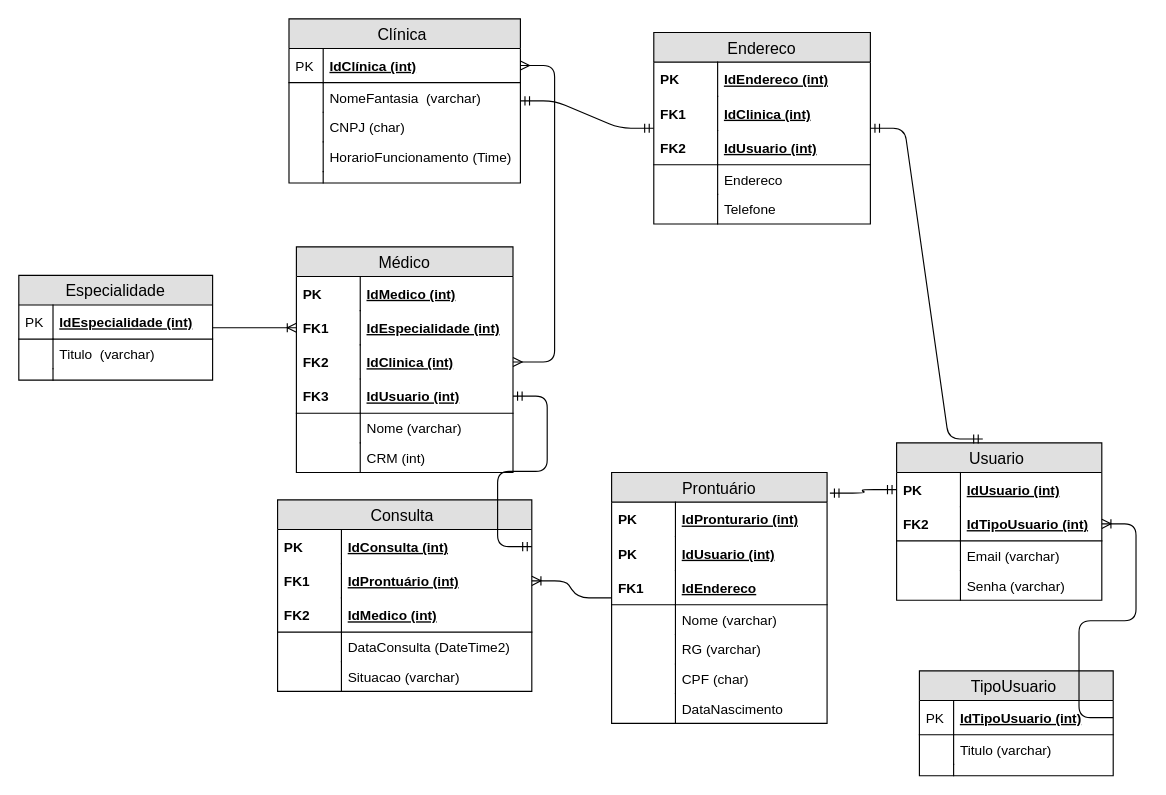
Before: page "LÓGICO" (2 of 2) of Modelos/Modelos.drawio in ErickHenry2023/senai_spmedgroup_sprint1_bd_tarde_Erick_Henry, a draw.io diagram. Source tidied: cells renumbered, new cells numbered last; positions are measured from the earlier drawing's top-left corner, leaving out a move shared by most shapes. Both pictures are drawn from the tidied source at 114%, with x=0, y=0 at pixel (18, 18).
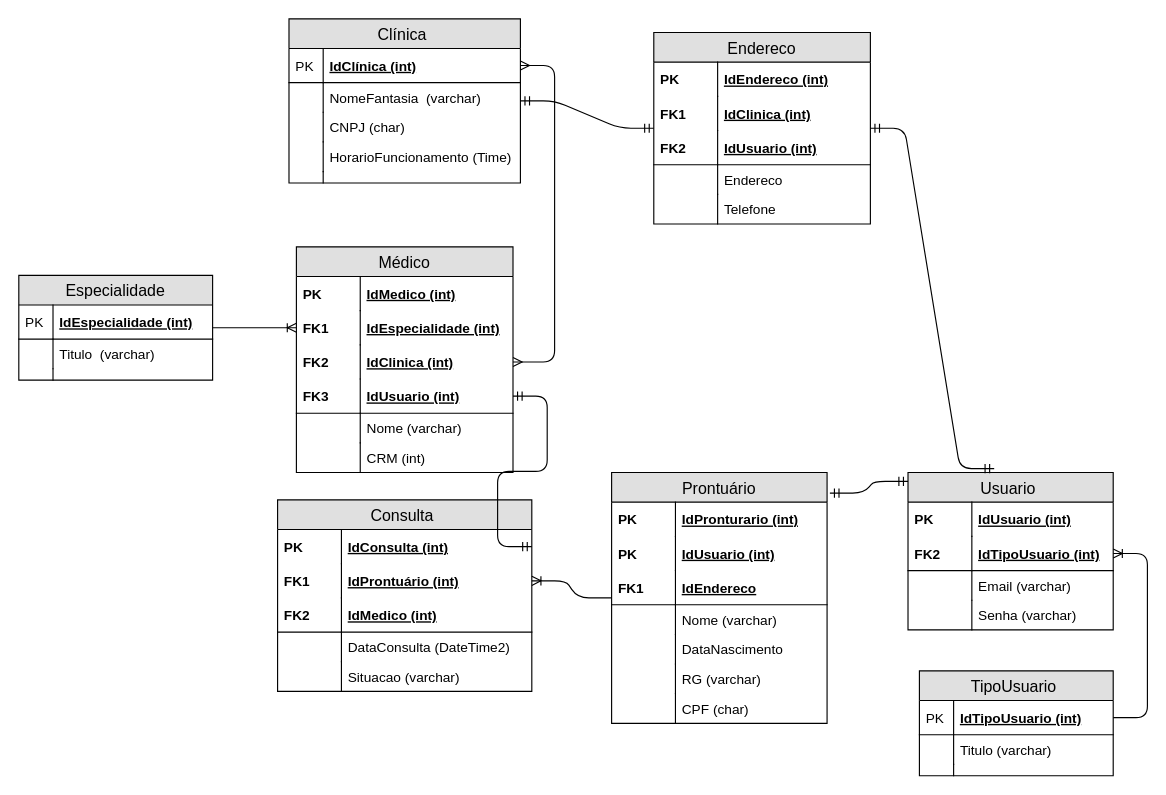
The same page after the edit.

Unchanged cells that the change refers to:
```xml
<mxCell id="21" value="IdUsuario (int)" style="shape=partialRectangle;top=0;left=0;right=0;bottom=0;align=left;verticalAlign=middle;fillColor=none;spacingLeft=60;spacingRight=4;overflow=hidden;points=[[0,0.5],[1,0.5]];portConstraint=eastwest;fontStyle=5;fontSize=12;" parent="20" vertex="1">
  <mxGeometry y="26" width="180" height="30" as="geometry" />
</mxCell>
<mxCell id="36" value="Prontuário" style="swimlane;fontStyle=0;horizontal=1;startSize=26;fillColor=#e0e0e0;swimlaneFillColor=#ffffff;align=center;fontSize=14;" parent="1" vertex="1">
  <mxGeometry x="520" y="398" width="189" height="220" as="geometry" />
</mxCell>
```

Diff of the diagram source:
```diff
@@
     <mxCell id="20" value="Usuario " style="swimlane;fontStyle=0;horizontal=1;startSize=26;fillColor=#e0e0e0;swimlaneFillColor=#ffffff;align=center;fontSize=14;" parent="1" vertex="1">
-      <mxGeometry x="770" y="372" width="180" height="138" as="geometry" />
+      <mxGeometry x="780" y="398" width="180" height="138" as="geometry" />
     </mxCell>
@@
+    <mxCell id="49" value="DataNascimento" style="shape=partialRectangle;top=0;left=0;right=0;bottom=0;align=left;verticalAlign=top;fillColor=none;spacingLeft=60;spacingRight=4;overflow=hidden;fontSize=12;" parent="36" vertex="1">
+      <mxGeometry y="142" width="189" height="26" as="geometry" />
+    </mxCell>
+    <mxCell id="50" style="shape=partialRectangle;top=0;left=0;bottom=0;fillColor=none;align=left;verticalAlign=top;spacingLeft=4;spacingRight=4;overflow=hidden;fontSize=12;" parent="49" vertex="1">
+      <mxGeometry width="56" height="26" as="geometry" />
+    </mxCell>
     <mxCell id="45" value="RG (varchar)" style="shape=partialRectangle;top=0;left=0;right=0;bottom=0;align=left;verticalAlign=top;fillColor=none;spacingLeft=60;spacingRight=4;overflow=hidden;fontSize=12;" parent="36" vertex="1">
-      <mxGeometry y="142" width="189" height="26" as="geometry" />
+      <mxGeometry y="168" width="189" height="26" as="geometry" />
     </mxCell>
@@
     <mxCell id="47" value="CPF (char)" style="shape=partialRectangle;top=0;left=0;right=0;bottom=0;align=left;verticalAlign=top;fillColor=none;spacingLeft=60;spacingRight=4;overflow=hidden;fontSize=12;" parent="36" vertex="1">
-      <mxGeometry y="168" width="189" height="26" as="geometry" />
+      <mxGeometry y="194" width="189" height="26" as="geometry" />
     </mxCell>
@@
-    <mxCell id="49" value="DataNascimento" style="shape=partialRectangle;top=0;left=0;right=0;bottom=0;align=left;verticalAlign=top;fillColor=none;spacingLeft=60;spacingRight=4;overflow=hidden;fontSize=12;" parent="36" vertex="1">
-      <mxGeometry y="194" width="189" height="26" as="geometry" />
-    </mxCell>
-    <mxCell id="50" style="shape=partialRectangle;top=0;left=0;bottom=0;fillColor=none;align=left;verticalAlign=top;spacingLeft=4;spacingRight=4;overflow=hidden;fontSize=12;" parent="49" vertex="1">
-      <mxGeometry width="56" height="26" as="geometry" />
-    </mxCell>
@@
-    <mxCell id="79" style="edgeStyle=entityRelationEdgeStyle;fontSize=12;html=1;endArrow=ERmandOne;startArrow=ERmandOne;entryX=0;entryY=0.5;entryDx=0;entryDy=0;exitX=1.013;exitY=0.082;exitDx=0;exitDy=0;exitPerimeter=0;" parent="1" edge="1" source="36" target="21">
+    <mxCell id="79" style="edgeStyle=entityRelationEdgeStyle;fontSize=12;html=1;endArrow=ERmandOne;startArrow=ERmandOne;exitX=1.013;exitY=0.082;exitDx=0;exitDy=0;exitPerimeter=0;entryX=0;entryY=0.056;entryDx=0;entryDy=0;entryPerimeter=0;" parent="1" edge="1" source="36" target="20">
       <mxGeometry relative="1" as="geometry" />
     </mxCell>
```
